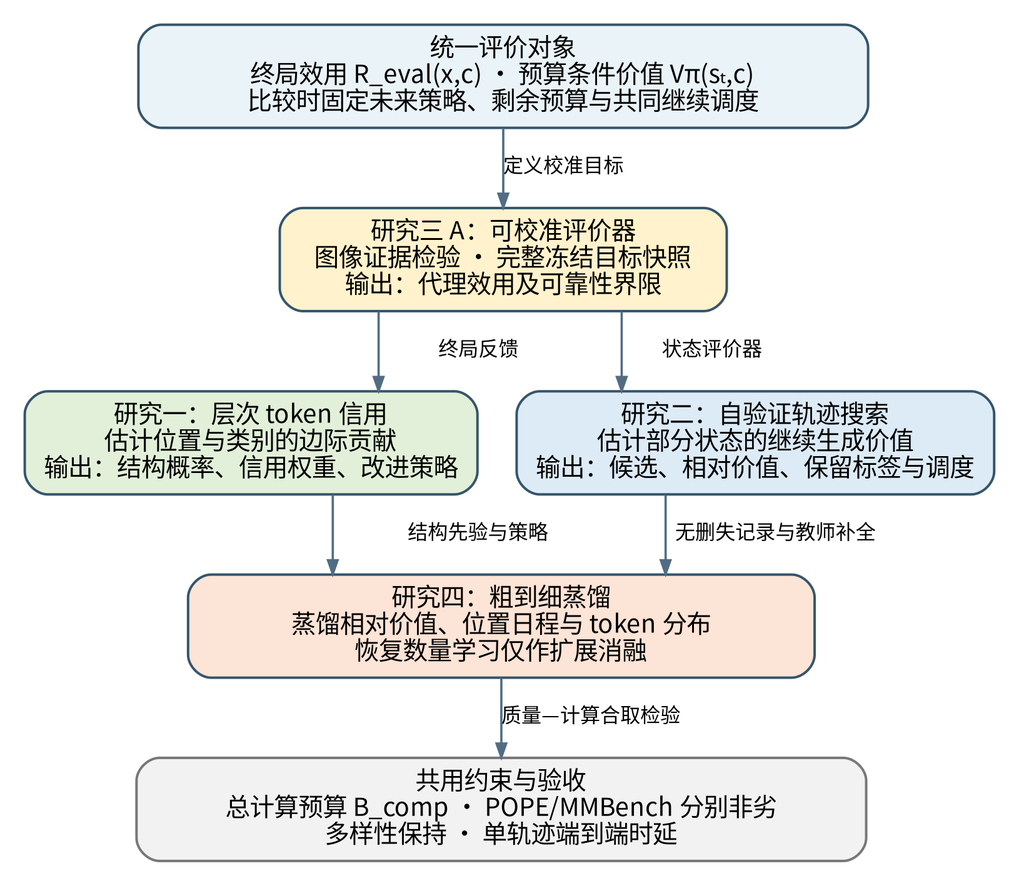
The Graphviz diagram deliverables/assets/unified_value_framework.png in BryceRosky/-, before a commit. Its source is kept beside it as deliverables/assets/unified_value_framework.dot.
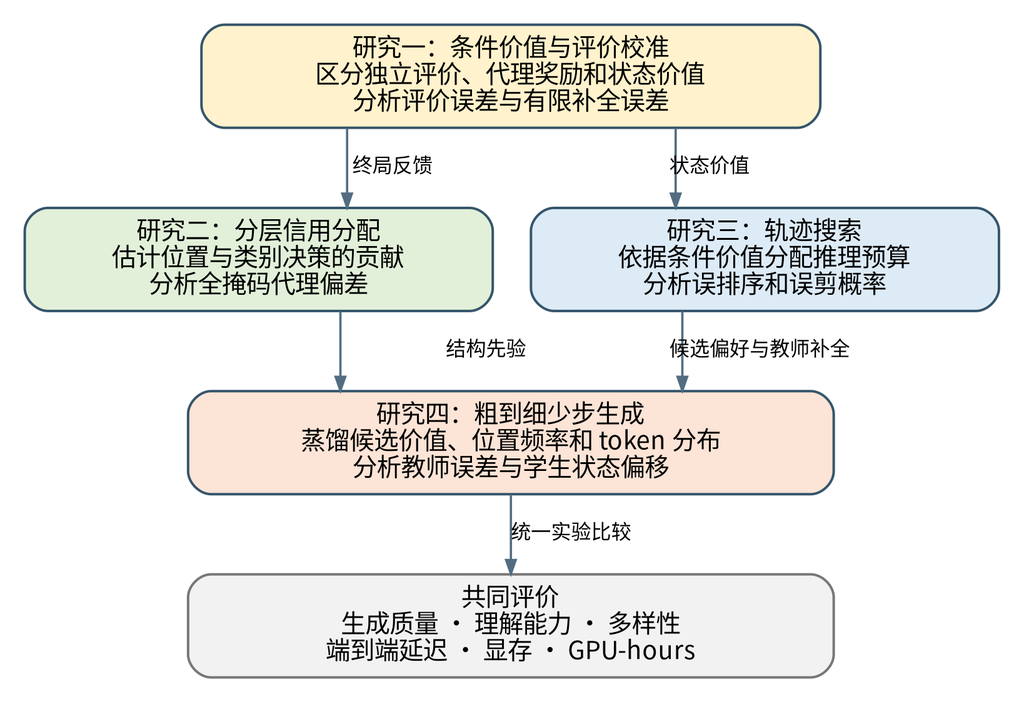
The same file after the commit.

Change to the diagram source:
```diff
@@ -3,18 +3,16 @@
   node [shape=box, style="rounded,filled", fontname="Noto Sans CJK SC", fontsize=13, color="#35556B", penwidth=1.3, margin="0.14,0.09"];
   edge [fontname="Noto Sans CJK SC", fontsize=10.5, color="#526D82", penwidth=1.2, arrowsize=0.72];
 
-  value [label="统一评价对象\n终局效用 R_eval(x,c) · 预算条件价值 Vπ(sₜ,c)\n比较时固定未来策略、剩余预算与共同继续调度", fillcolor="#EAF3F8", width=5.3];
-  r3 [label="研究三 A：可校准评价器\n图像证据检验 · 完整冻结目标快照\n输出：代理效用及可靠性界限", fillcolor="#FFF2CC", width=3.25];
-  r1 [label="研究一：层次 token 信用\n估计位置与类别的边际贡献\n输出：结构概率、信用权重、改进策略", fillcolor="#E2F0D9", width=3.2];
-  r2 [label="研究二：自验证轨迹搜索\n估计部分状态的继续生成价值\n输出：候选、相对价值、保留标签与调度", fillcolor="#DDEBF7", width=3.2];
-  r4 [label="研究四：粗到细蒸馏\n蒸馏相对价值、位置日程与 token 分布\n恢复数量学习仅作扩展消融", fillcolor="#FCE4D6", width=4.55];
-  guard [label="共用约束与验收\n总计算预算 B_comp · POPE/MMBench 分别非劣\n多样性保持 · 单轨迹端到端时延", fillcolor="#F2F2F2", color="#777777", width=5.3];
+  value [label="研究一：条件价值与评价校准\n区分独立评价、代理奖励和状态价值\n分析评价误差与有限补全误差", fillcolor="#FFF2CC", width=4.5];
+  credit [label="研究二：分层信用分配\n估计位置与类别决策的贡献\n分析全掩码代理偏差", fillcolor="#E2F0D9", width=3.4];
+  search [label="研究三：轨迹搜索\n依据条件价值分配推理预算\n分析误排序和误剪概率", fillcolor="#DDEBF7", width=3.4];
+  distill [label="研究四：粗到细少步生成\n蒸馏候选价值、位置频率和 token 分布\n分析教师误差与学生状态偏移", fillcolor="#FCE4D6", width=4.7];
+  eval [label="共同评价\n生成质量 · 理解能力 · 多样性\n端到端延迟 · 显存 · GPU-hours", fillcolor="#F2F2F2", color="#777777", width=4.7];
 
-  value -> r3 [label="定义校准目标"];
-  r3 -> r1 [label="终局反馈"];
-  r3 -> r2 [label="状态评价器"];
-  r1 -> r4 [label="结构先验与策略"];
-  r2 -> r4 [label="无删失记录与教师补全"];
-  r4 -> guard [label="质量—计算合取检验"];
-  {rank=same; r1; r2}
+  value -> credit [label="终局反馈"];
+  value -> search [label="状态价值"];
+  credit -> distill [label="结构先验"];
+  search -> distill [label="候选偏好与教师补全"];
+  distill -> eval [label="统一实验比较"];
+  {rank=same; credit; search}
 }
```
